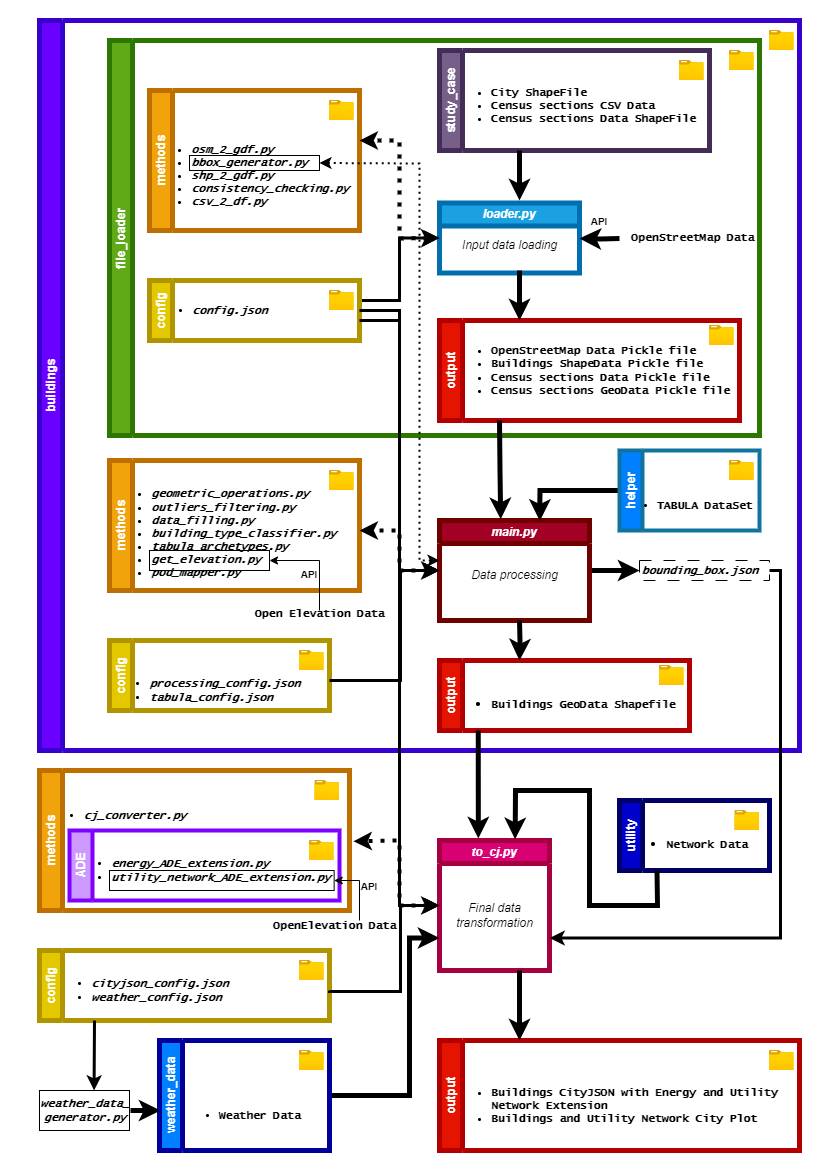
Above: pipeline_diagram.png in ElTure97/A-standardised-GIS-based-tool-to-automate-urban-scenario-making (draw.io), before the change. Source tidied: cells renumbered, new cells last; positions are measured from the earlier drawing's top-left corner, leaving out a move shared by most shapes.
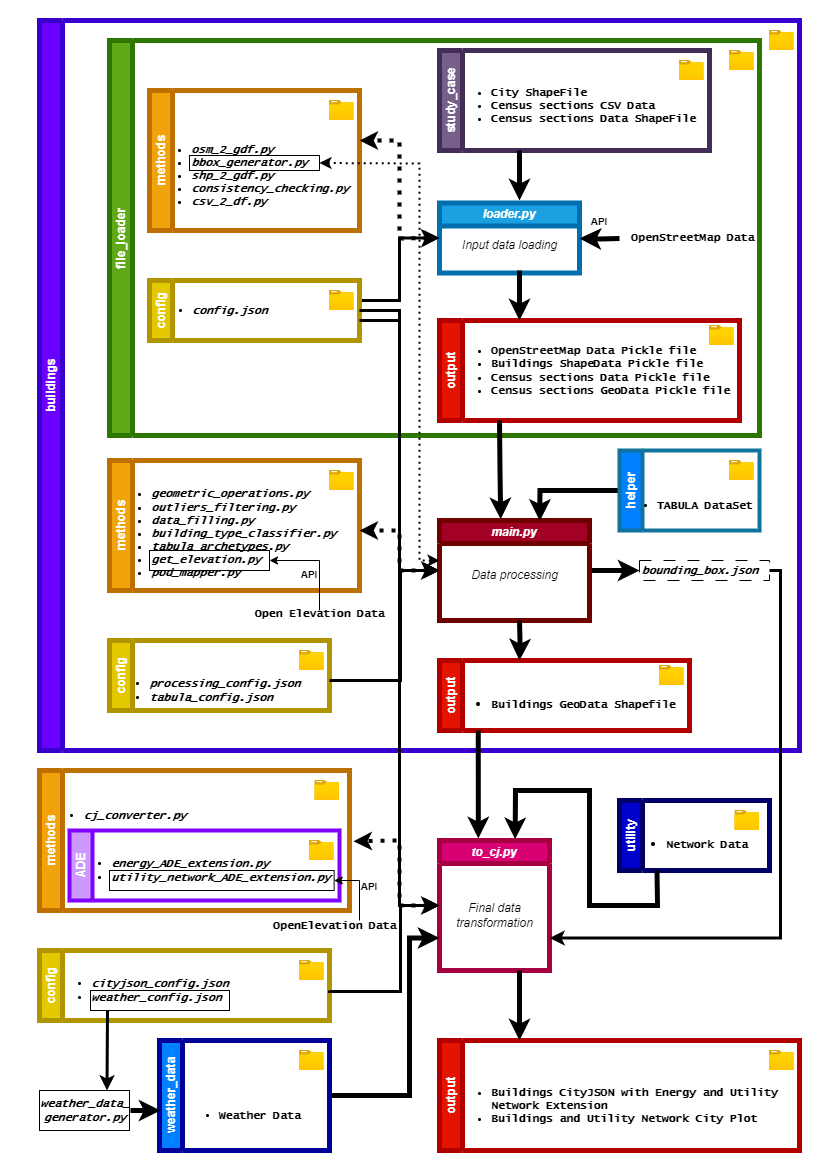
The same diagram one commit later.

The edit, as a diff of the source:
```diff
@@ -219,6 +219,9 @@
     <mxCell id="61" value="&lt;ul&gt;&lt;li&gt;&lt;font style=&quot;font-size: 11px;&quot;&gt;cityjson_config.json&lt;/font&gt;&lt;/li&gt;&lt;li style=&quot;text-align: left;&quot;&gt;&lt;font style=&quot;font-size: 11px;&quot;&gt;weather_config.json&lt;/font&gt;&lt;/li&gt;&lt;/ul&gt;" style="text;html=1;align=center;verticalAlign=middle;strokeColor=none;fillColor=none;fontStyle=3;fontFamily=Lucida Console;fontSize=11;" parent="59" vertex="1">
       <mxGeometry y="10" width="200" height="60" as="geometry" />
     </mxCell>
+    <mxCell id="92" style="rounded=0;whiteSpace=wrap;html=1;fillColor=none;" parent="59" vertex="1">
+      <mxGeometry x="51" y="40" width="139" height="20" as="geometry" />
+    </mxCell>
     <mxCell id="62" style="edgeStyle=orthogonalEdgeStyle;rounded=0;orthogonalLoop=1;jettySize=auto;html=1;strokeWidth=5;" parent="1" edge="1">
       <mxGeometry relative="1" as="geometry">
         <mxPoint x="490" y="600" as="sourcePoint" />
@@ -344,9 +347,9 @@
     <mxCell id="84" value="weather_data_&lt;br&gt;generator.py" style="text;html=1;align=center;verticalAlign=middle;points=[];strokeColor=none;fillColor=none;fontStyle=3;fontFamily=Lucida Console;fontSize=11;" parent="1" vertex="1">
       <mxGeometry y="1070" width="110" height="40" as="geometry" />
     </mxCell>
-    <mxCell id="85" style="endArrow=classic;html=1;rounded=0;entryX=0.587;entryY=0;entryDx=0;entryDy=0;entryPerimeter=0;strokeWidth=3;" parent="1" edge="1" target="84">
+    <mxCell id="85" style="endArrow=classic;html=1;rounded=0;strokeWidth=3;entryX=0.75;entryY=0;entryDx=0;entryDy=0;" parent="1" edge="1" target="86">
       <mxGeometry relative="1" as="geometry">
-        <mxPoint x="65" y="1000" as="sourcePoint" />
+        <mxPoint x="78" y="990" as="sourcePoint" />
       </mxGeometry>
     </mxCell>
     <mxCell id="86" style="rounded=0;whiteSpace=wrap;html=1;fillColor=none;" parent="1" vertex="1">
```
